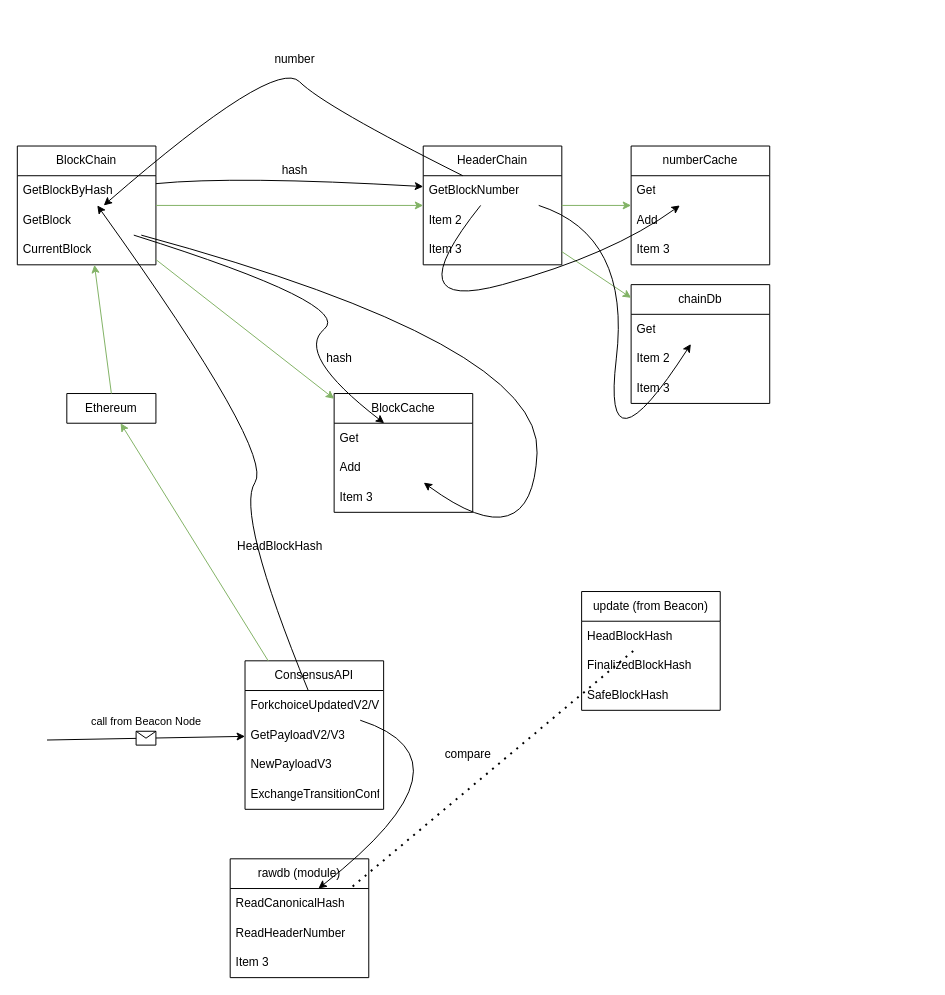
Earlier version of the draw.io diagram page "forkchoiceupdated" (1 of 6) of eth/geth-engine.drawio (uz2020/draw). Source tidied: cells renumbered, new cells numbered last; positions are measured from the earlier drawing's top-left corner, leaving out a move shared by most shapes. Both pictures are drawn from the tidied source at 99%, with x=0, y=0 at pixel (17, 45).
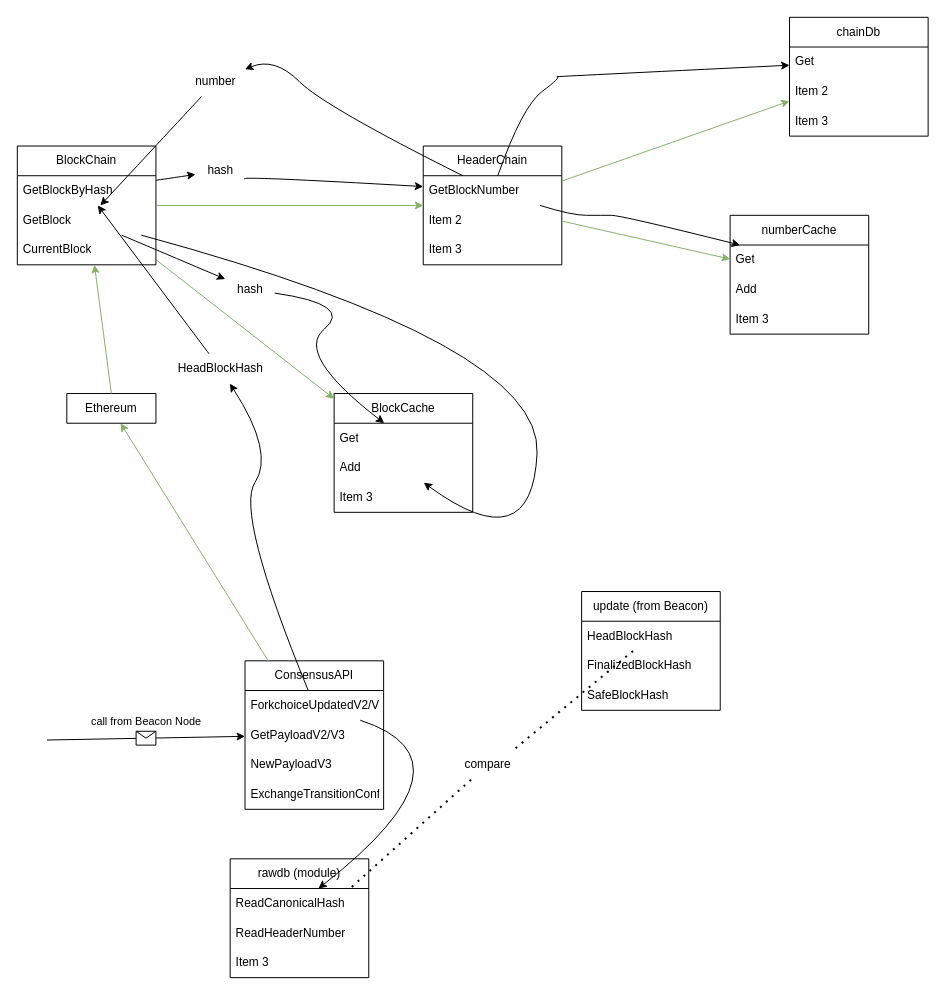
The same diagram, later.

Unchanged cells that the change refers to:
```xml
<mxCell id="3" value="GetBlockByHash" style="text;strokeColor=none;fillColor=none;align=left;verticalAlign=middle;spacingLeft=4;spacingRight=4;overflow=hidden;points=[[0,0.5],[1,0.5]];portConstraint=eastwest;whiteSpace=wrap;html=1;" parent="2" vertex="1">
  <mxGeometry y="30" width="140" height="30" as="geometry" />
</mxCell>
<mxCell id="4" value="GetBlock" style="text;strokeColor=none;fillColor=none;align=left;verticalAlign=middle;spacingLeft=4;spacingRight=4;overflow=hidden;points=[[0,0.5],[1,0.5]];portConstraint=eastwest;whiteSpace=wrap;html=1;" parent="2" vertex="1">
  <mxGeometry y="60" width="140" height="30" as="geometry" />
</mxCell>
<mxCell id="8" value="GetBlockNumber" style="text;strokeColor=none;fillColor=none;align=left;verticalAlign=middle;spacingLeft=4;spacingRight=4;overflow=hidden;points=[[0,0.5],[1,0.5]];portConstraint=eastwest;whiteSpace=wrap;html=1;" parent="7" vertex="1">
  <mxGeometry y="30" width="140" height="30" as="geometry" />
</mxCell>
<mxCell id="12" value="Get&lt;br&gt;" style="text;strokeColor=none;fillColor=none;align=left;verticalAlign=middle;spacingLeft=4;spacingRight=4;overflow=hidden;points=[[0,0.5],[1,0.5]];portConstraint=eastwest;whiteSpace=wrap;html=1;" parent="11" vertex="1">
  <mxGeometry y="30" width="140" height="30" as="geometry" />
</mxCell>
<mxCell id="20" value="ForkchoiceUpdatedV2/V3" style="text;strokeColor=none;fillColor=none;align=left;verticalAlign=middle;spacingLeft=4;spacingRight=4;overflow=hidden;points=[[0,0.5],[1,0.5]];portConstraint=eastwest;whiteSpace=wrap;html=1;" parent="19" vertex="1">
  <mxGeometry y="30" width="140" height="30" as="geometry" />
</mxCell>
<mxCell id="37" value="Get" style="text;strokeColor=none;fillColor=none;align=left;verticalAlign=middle;spacingLeft=4;spacingRight=4;overflow=hidden;points=[[0,0.5],[1,0.5]];portConstraint=eastwest;whiteSpace=wrap;html=1;" parent="36" vertex="1">
  <mxGeometry y="30" width="140" height="30" as="geometry" />
</mxCell>
<mxCell id="41" value="Get" style="text;strokeColor=none;fillColor=none;align=left;verticalAlign=middle;spacingLeft=4;spacingRight=4;overflow=hidden;points=[[0,0.5],[1,0.5]];portConstraint=eastwest;whiteSpace=wrap;html=1;" parent="40" vertex="1">
  <mxGeometry y="30" width="140" height="30" as="geometry" />
</mxCell>
<mxCell id="49" value="ReadCanonicalHash&lt;br&gt;" style="text;strokeColor=none;fillColor=none;align=left;verticalAlign=middle;spacingLeft=4;spacingRight=4;overflow=hidden;points=[[0,0.5],[1,0.5]];portConstraint=eastwest;whiteSpace=wrap;html=1;" parent="48" vertex="1">
  <mxGeometry y="30" width="140" height="30" as="geometry" />
</mxCell>
<mxCell id="54" value="HeadBlockHash" style="text;strokeColor=none;fillColor=none;align=left;verticalAlign=middle;spacingLeft=4;spacingRight=4;overflow=hidden;points=[[0,0.5],[1,0.5]];portConstraint=eastwest;whiteSpace=wrap;html=1;" parent="53" vertex="1">
  <mxGeometry y="30" width="140" height="30" as="geometry" />
</mxCell>
```

The edit, as a diff of the source:
```diff
@@
-    <mxCell id="18" style="curved=1;endArrow=classic;html=1;rounded=0;" parent="1" edge="1" source="3" target="8">
+    <mxCell id="18" style="curved=1;endArrow=classic;html=1;rounded=0;" parent="1" edge="1" source="32" target="8">
       <mxGeometry relative="1" as="geometry">
         <Array as="points">
           <mxPoint x="220" y="132" />
         </Array>
       </mxGeometry>
     </mxCell>
@@
-    <mxCell id="28" style="curved=1;endArrow=classic;html=1;rounded=0;" parent="1" edge="1" source="20" target="3">
-      <mxGeometry relative="1" as="geometry">
-        <Array as="points">
-          <mxPoint x="220" y="472" />
-          <mxPoint x="260" y="412" />
-        </Array>
-      </mxGeometry>
+    <mxCell id="28" style="curved=1;endArrow=classic;html=1;rounded=0;" parent="1" edge="1" source="29" target="3">
+      <mxGeometry relative="1" as="geometry" />
     </mxCell>
-    <mxCell id="29" value="HeadBlockHash&lt;br&gt;" style="text;html=1;align=center;verticalAlign=middle;points=[];strokeColor=none;fillColor=none;" parent="1" vertex="1">
-      <mxGeometry x="210" y="492" width="110" height="30" as="geometry" />
-    </mxCell>
-    <mxCell id="30" style="curved=1;endArrow=classic;html=1;rounded=0;" parent="1" edge="1" source="8" target="4">
-      <mxGeometry relative="1" as="geometry">
-        <Array as="points">
-          <mxPoint x="310" y="62" />
-          <mxPoint x="260" y="12" />
-        </Array>
-      </mxGeometry>
+    <mxCell id="30" style="curved=1;endArrow=classic;html=1;rounded=0;" parent="1" edge="1" source="31" target="4">
+      <mxGeometry relative="1" as="geometry" />
     </mxCell>
-    <mxCell id="31" value="number" style="text;html=1;align=center;verticalAlign=middle;points=[];strokeColor=none;fillColor=none;" parent="1" vertex="1">
-      <mxGeometry x="250" width="60" height="30" as="geometry" />
-    </mxCell>
-    <mxCell id="32" value="hash" style="text;html=1;align=center;verticalAlign=middle;points=[];strokeColor=none;fillColor=none;" parent="1" vertex="1">
-      <mxGeometry x="255" y="112" width="50" height="30" as="geometry" />
-    </mxCell>
-    <mxCell id="33" style="curved=1;endArrow=classic;html=1;rounded=0;" parent="1" edge="1" source="4" target="12">
+    <mxCell id="33" style="curved=1;endArrow=classic;html=1;rounded=0;" parent="1" edge="1" source="34" target="12">
       <mxGeometry relative="1" as="geometry">
         <Array as="points">
           <mxPoint x="340" y="262" />
           <mxPoint x="280" y="312" />
         </Array>
       </mxGeometry>
     </mxCell>
-    <mxCell id="34" value="hash" style="text;html=1;align=center;verticalAlign=middle;points=[];strokeColor=none;fillColor=none;" parent="1" vertex="1">
-      <mxGeometry x="300" y="302" width="50" height="30" as="geometry" />
-    </mxCell>
@@
     <mxCell id="36" value="numberCache" style="swimlane;fontStyle=0;horizontal=1;startSize=30;whiteSpace=wrap;html=1;" parent="1" vertex="1">
-      <mxGeometry x="620" y="102" width="140" height="120" as="geometry" />
+      <mxGeometry x="720" y="172" width="140" height="120" as="geometry" />
     </mxCell>
@@
     <mxCell id="40" value="chainDb" style="swimlane;fontStyle=0;horizontal=1;startSize=30;whiteSpace=wrap;html=1;" parent="1" vertex="1">
-      <mxGeometry x="620" y="242" width="140" height="120" as="geometry" />
+      <mxGeometry x="780" y="-28" width="140" height="120" as="geometry" />
     </mxCell>
@@
     <mxCell id="46" style="curved=1;endArrow=classic;html=1;rounded=0;" parent="1" edge="1" source="8" target="37">
       <mxGeometry relative="1" as="geometry">
         <Array as="points">
-          <mxPoint x="380" y="272" />
-          <mxPoint x="600" y="212" />
+          <mxPoint x="560" y="172" />
+          <mxPoint x="590" y="172" />
+          <mxPoint x="610" y="172" />
         </Array>
       </mxGeometry>
     </mxCell>
     <mxCell id="47" style="curved=1;endArrow=classic;html=1;rounded=0;" parent="1" edge="1" source="8" target="41">
       <mxGeometry relative="1" as="geometry">
         <Array as="points">
-          <mxPoint x="620" y="192" />
-          <mxPoint x="590" y="442" />
+          <mxPoint x="510" y="62" />
+          <mxPoint x="550" y="32" />
+          <mxPoint x="540" y="32" />
         </Array>
       </mxGeometry>
     </mxCell>
@@
-    <mxCell id="57" style="endArrow=none;dashed=1;html=1;dashPattern=1 3;strokeWidth=2;rounded=0;entryX=0.857;entryY=0.033;entryDx=0;entryDy=0;entryPerimeter=0;" parent="1" edge="1" source="54" target="49">
+    <mxCell id="57" style="endArrow=none;dashed=1;html=1;dashPattern=1 3;strokeWidth=2;rounded=0;entryX=0.857;entryY=0.033;entryDx=0;entryDy=0;entryPerimeter=0;" parent="1" edge="1" source="58" target="49">
       <mxGeometry relative="1" as="geometry" />
     </mxCell>
+    <mxCell id="59" style="curved=1;endArrow=classic;html=1;rounded=0;" parent="1" edge="1" source="8" target="31">
+      <mxGeometry relative="1" as="geometry">
+        <Array as="points">
+          <mxPoint x="310" y="62" />
+          <mxPoint x="260" y="12" />
+        </Array>
+      </mxGeometry>
+    </mxCell>
+    <mxCell id="31" value="number" style="text;html=1;align=center;verticalAlign=middle;points=[];strokeColor=none;fillColor=none;" parent="1" vertex="1">
+      <mxGeometry x="170" y="22" width="60" height="30" as="geometry" />
+    </mxCell>
+    <mxCell id="60" style="curved=1;endArrow=classic;html=1;rounded=0;" parent="1" edge="1" source="3" target="32">
+      <mxGeometry relative="1" as="geometry" />
+    </mxCell>
+    <mxCell id="32" value="hash" style="text;html=1;align=center;verticalAlign=middle;points=[];strokeColor=none;fillColor=none;" parent="1" vertex="1">
+      <mxGeometry x="180" y="112" width="50" height="30" as="geometry" />
+    </mxCell>
+    <mxCell id="61" style="curved=1;endArrow=classic;html=1;rounded=0;" parent="1" edge="1" source="4" target="34">
+      <mxGeometry relative="1" as="geometry" />
+    </mxCell>
+    <mxCell id="34" value="hash" style="text;html=1;align=center;verticalAlign=middle;points=[];strokeColor=none;fillColor=none;" parent="1" vertex="1">
+      <mxGeometry x="210" y="232" width="50" height="30" as="geometry" />
+    </mxCell>
+    <mxCell id="62" style="curved=1;endArrow=classic;html=1;rounded=0;" parent="1" edge="1" source="20" target="29">
+      <mxGeometry relative="1" as="geometry">
+        <Array as="points">
+          <mxPoint x="220" y="472" />
+          <mxPoint x="260" y="412" />
+        </Array>
+      </mxGeometry>
+    </mxCell>
+    <mxCell id="29" value="HeadBlockHash&lt;br&gt;" style="text;html=1;align=center;verticalAlign=middle;points=[];strokeColor=none;fillColor=none;" parent="1" vertex="1">
+      <mxGeometry x="150" y="312" width="110" height="30" as="geometry" />
+    </mxCell>
+    <mxCell id="63" style="endArrow=none;dashed=1;html=1;dashPattern=1 3;strokeWidth=2;rounded=0;entryX=0.857;entryY=0.033;entryDx=0;entryDy=0;entryPerimeter=0;" parent="1" edge="1" source="54" target="58">
+      <mxGeometry relative="1" as="geometry" />
+    </mxCell>
     <mxCell id="58" value="compare" style="text;html=1;align=center;verticalAlign=middle;points=[];strokeColor=none;fillColor=none;" parent="1" vertex="1">
-      <mxGeometry x="420" y="702" width="70" height="30" as="geometry" />
+      <mxGeometry x="440" y="712" width="70" height="30" as="geometry" />
     </mxCell>
```
